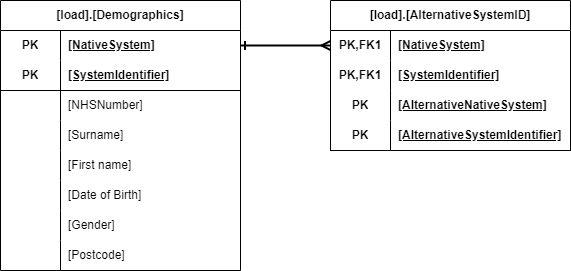
Earlier version of the draw.io export WMPI_ER_Diagram_Input.png (Somerset-NHS-FT-Data-Engineering/Warehouse-Master-Patient-Index). Source tidied: cells renumbered, new cells last; positions are measured from the earlier drawing's top-left corner, leaving out a move shared by most shapes.
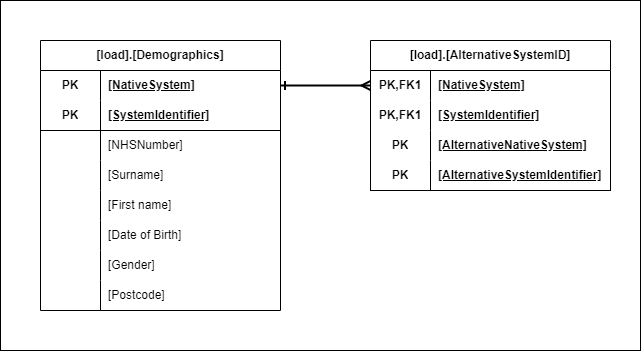
After the commit.

The edit, as a diff of the source:
```diff
@@ -119,5 +119,8 @@
     <mxCell id="40" style="edgeStyle=orthogonalEdgeStyle;rounded=0;jettySize=auto;html=1;endArrow=ERmany;endFill=0;strokeWidth=2;startArrow=ERone;startFill=0;" parent="1" edge="1" source="3" target="28">
       <mxGeometry relative="1" as="geometry" />
     </mxCell>
+    <mxCell id="41" style="rounded=0;whiteSpace=wrap;html=1;fillColor=none;" parent="1" vertex="1">
+      <mxGeometry x="-40" y="-40" width="640" height="350" as="geometry" />
+    </mxCell>
   </root>
 </mxGraphModel>
```
